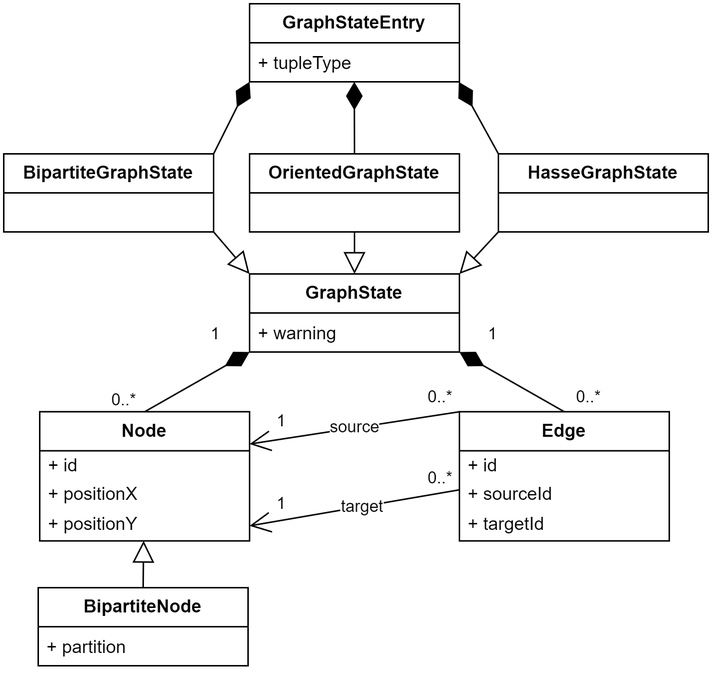
Before: source/images-optimized/graph-diagram.png, a diagram exported from draw.io (marcsek/bachelor_thesis). Source tidied: cells renumbered, new cells last; positions are measured from the earlier drawing's top-left corner, leaving out a move shared by most shapes. The source it was exported from:
```xml
<mxGraphModel>
  <root>
    <mxCell id="0" />
    <mxCell id="1" parent="0" />
    <mxCell id="2" value="&lt;b&gt;GraphStateEntry&lt;/b&gt;" style="swimlane;fontStyle=0;horizontal=1;startSize=26;fillColor=none;whiteSpace=wrap;html=1;" parent="1" vertex="1">
      <mxGeometry x="164" width="140" height="52" as="geometry" />
    </mxCell>
    <mxCell id="3" value="+ tupleType" style="text;strokeColor=none;fillColor=none;align=left;verticalAlign=top;spacingLeft=4;spacingRight=4;overflow=hidden;points=[[0,0.5],[1,0.5]];portConstraint=eastwest;whiteSpace=wrap;html=1;" parent="2" vertex="1">
      <mxGeometry y="26" width="140" height="26" as="geometry" />
    </mxCell>
    <mxCell id="4" value="&lt;b&gt;GraphState&lt;/b&gt;" style="swimlane;fontStyle=0;horizontal=1;startSize=26;fillColor=none;whiteSpace=wrap;html=1;" parent="1" vertex="1">
      <mxGeometry x="164" y="180" width="140" height="52" as="geometry" />
    </mxCell>
    <mxCell id="5" value="+ warning" style="text;strokeColor=none;fillColor=none;align=left;verticalAlign=top;spacingLeft=4;spacingRight=4;overflow=hidden;whiteSpace=wrap;html=1;" parent="4" vertex="1">
      <mxGeometry y="26" width="140" height="26" as="geometry" />
    </mxCell>
    <mxCell id="6" value="&lt;b&gt;Node&lt;/b&gt;" style="swimlane;fontStyle=0;horizontal=1;startSize=26;fillColor=none;whiteSpace=wrap;html=1;" parent="1" vertex="1">
      <mxGeometry x="24" y="271.8" width="140" height="86" as="geometry" />
    </mxCell>
    <mxCell id="7" value="+ id" style="text;strokeColor=none;fillColor=none;align=left;verticalAlign=top;spacingLeft=4;spacingRight=4;overflow=hidden;whiteSpace=wrap;html=1;spacingTop=-4;" parent="6" vertex="1">
      <mxGeometry y="26" width="140" height="20" as="geometry" />
    </mxCell>
    <mxCell id="8" value="+ positionX" style="text;strokeColor=none;fillColor=none;align=left;verticalAlign=top;spacingLeft=4;spacingRight=4;overflow=hidden;whiteSpace=wrap;html=1;spacingTop=-5;" parent="6" vertex="1">
      <mxGeometry y="46" width="140" height="20" as="geometry" />
    </mxCell>
    <mxCell id="9" value="+ positionY" style="text;strokeColor=none;fillColor=none;align=left;verticalAlign=top;spacingLeft=4;spacingRight=4;overflow=hidden;points=[[0,0.5],[1,0.5]];portConstraint=eastwest;whiteSpace=wrap;html=1;spacingTop=-5;" parent="6" vertex="1">
      <mxGeometry y="66" width="140" height="20" as="geometry" />
    </mxCell>
    <mxCell id="10" value="&lt;b&gt;Edge&lt;/b&gt;" style="swimlane;fontStyle=0;horizontal=1;startSize=26;fillColor=none;whiteSpace=wrap;html=1;" parent="1" vertex="1">
      <mxGeometry x="304" y="271.8" width="140" height="86" as="geometry" />
    </mxCell>
    <mxCell id="11" value="+ id" style="text;strokeColor=none;fillColor=none;align=left;verticalAlign=top;spacingLeft=4;spacingRight=4;overflow=hidden;whiteSpace=wrap;html=1;spacingTop=-4;" parent="10" vertex="1">
      <mxGeometry y="26" width="140" height="20" as="geometry" />
    </mxCell>
    <mxCell id="12" value="+ sourceId" style="text;strokeColor=none;fillColor=none;align=left;verticalAlign=top;spacingLeft=4;spacingRight=4;overflow=hidden;whiteSpace=wrap;html=1;spacing=2;spacingTop=-5;" parent="10" vertex="1">
      <mxGeometry y="46" width="140" height="20" as="geometry" />
    </mxCell>
    <mxCell id="13" value="+ targetId" style="text;strokeColor=none;fillColor=none;align=left;verticalAlign=top;spacingLeft=4;spacingRight=4;overflow=hidden;whiteSpace=wrap;html=1;spacingTop=-5;" parent="10" vertex="1">
      <mxGeometry y="66" width="140" height="20" as="geometry" />
    </mxCell>
    <mxCell id="14" value="&lt;b&gt;BipartiteNode&lt;/b&gt;" style="swimlane;fontStyle=0;horizontal=1;startSize=26;fillColor=none;whiteSpace=wrap;html=1;" parent="1" vertex="1">
      <mxGeometry x="23" y="389" width="140" height="52" as="geometry" />
    </mxCell>
    <mxCell id="15" value="+ partition" style="text;strokeColor=none;fillColor=none;align=left;verticalAlign=top;spacingLeft=4;spacingRight=4;overflow=hidden;whiteSpace=wrap;html=1;" parent="14" vertex="1">
      <mxGeometry y="26" width="140" height="26" as="geometry" />
    </mxCell>
    <mxCell id="16" style="endArrow=block;endSize=12;endFill=0;html=1;rounded=0;entryX=0.495;entryY=0.998;entryDx=0;entryDy=0;exitX=0.5;exitY=0;exitDx=0;exitDy=0;entryPerimeter=0;" parent="1" edge="1" source="14" target="9">
      <mxGeometry relative="1" as="geometry" />
    </mxCell>
    <mxCell id="17" style="endArrow=diamondThin;endSize=16;endFill=1;html=1;rounded=0;exitX=0.5;exitY=0;exitDx=0;exitDy=0;entryX=0;entryY=1;entryDx=0;entryDy=0;" parent="1" edge="1" source="6" target="4">
      <mxGeometry relative="1" as="geometry" />
    </mxCell>
    <mxCell id="18" value="0..*" style="edgeLabel;html=1;align=center;verticalAlign=middle;" parent="17" vertex="1">
      <mxGeometry x="-0.82" y="1" relative="1" as="geometry">
        <mxPoint x="-20" y="-4" as="offset" />
      </mxGeometry>
    </mxCell>
    <mxCell id="19" style="endArrow=diamondThin;endSize=16;endFill=1;html=1;rounded=0;exitX=0.5;exitY=0;exitDx=0;exitDy=0;entryX=1;entryY=1;entryDx=0;entryDy=0;" parent="1" edge="1" source="10" target="4">
      <mxGeometry relative="1" as="geometry" />
    </mxCell>
    <mxCell id="20" value="&lt;b&gt;BipartiteGraphState&lt;/b&gt;" style="swimlane;fontStyle=0;horizontal=1;startSize=26;fillColor=none;whiteSpace=wrap;html=1;" parent="1" vertex="1">
      <mxGeometry y="100" width="140" height="52" as="geometry" />
    </mxCell>
    <mxCell id="21" style="endArrow=diamondThin;endFill=1;endSize=16;html=1;rounded=0;exitX=1;exitY=0;exitDx=0;exitDy=0;entryX=0;entryY=1;entryDx=0;entryDy=0;" parent="1" edge="1" source="20" target="2">
      <mxGeometry relative="1" as="geometry" />
    </mxCell>
    <mxCell id="22" value="&lt;b&gt;OrientedGraphState&lt;/b&gt;" style="swimlane;fontStyle=0;horizontal=1;startSize=26;fillColor=none;whiteSpace=wrap;html=1;" parent="1" vertex="1">
      <mxGeometry x="164" y="100" width="140" height="52" as="geometry" />
    </mxCell>
    <mxCell id="23" style="endArrow=diamondThin;endFill=1;endSize=16;html=1;rounded=0;exitX=0.5;exitY=0;exitDx=0;exitDy=0;entryX=0.499;entryY=1;entryDx=0;entryDy=0;entryPerimeter=0;" parent="1" edge="1" source="22" target="3">
      <mxGeometry relative="1" as="geometry" />
    </mxCell>
    <mxCell id="24" value="&lt;b&gt;HasseGraphState&lt;/b&gt;" style="swimlane;fontStyle=0;horizontal=1;startSize=26;fillColor=none;whiteSpace=wrap;html=1;" parent="1" vertex="1">
      <mxGeometry x="330" y="100" width="140" height="52" as="geometry" />
    </mxCell>
    <mxCell id="25" style="endArrow=diamondThin;endFill=1;endSize=16;html=1;rounded=0;exitX=0;exitY=0;exitDx=0;exitDy=0;entryX=0.997;entryY=1.003;entryDx=0;entryDy=0;entryPerimeter=0;" parent="1" edge="1" source="24" target="3">
      <mxGeometry relative="1" as="geometry" />
    </mxCell>
    <mxCell id="26" style="endArrow=block;endFill=0;endSize=12;html=1;rounded=0;exitX=1;exitY=1;exitDx=0;exitDy=0;entryX=0;entryY=0;entryDx=0;entryDy=0;" parent="1" edge="1" source="20" target="4">
      <mxGeometry relative="1" as="geometry" />
    </mxCell>
    <mxCell id="27" style="endArrow=block;endFill=0;endSize=12;html=1;rounded=0;exitX=0.5;exitY=1;exitDx=0;exitDy=0;entryX=0.5;entryY=0;entryDx=0;entryDy=0;" parent="1" edge="1" source="22" target="4">
      <mxGeometry relative="1" as="geometry" />
    </mxCell>
    <mxCell id="28" style="endArrow=block;endFill=0;endSize=12;html=1;rounded=0;exitX=0;exitY=1;exitDx=0;exitDy=0;entryX=1;entryY=0;entryDx=0;entryDy=0;" parent="1" edge="1" source="24" target="4">
      <mxGeometry relative="1" as="geometry" />
    </mxCell>
    <mxCell id="29" value="1" style="edgeLabel;html=1;align=center;verticalAlign=middle;" parent="1" vertex="1">
      <mxGeometry x="80" y="271.8" as="geometry">
        <mxPoint x="61" y="-52" as="offset" />
      </mxGeometry>
    </mxCell>
    <mxCell id="30" value="1" style="edgeLabel;html=1;align=center;verticalAlign=middle;" parent="1" vertex="1">
      <mxGeometry x="265" y="271.8" as="geometry">
        <mxPoint x="61" y="-52" as="offset" />
      </mxGeometry>
    </mxCell>
    <mxCell id="31" value="0..*" style="edgeLabel;html=1;align=center;verticalAlign=middle;" parent="1" vertex="1">
      <mxGeometry x="390" y="261.8" as="geometry" />
    </mxCell>
    <mxCell id="32" style="endArrow=open;endFill=1;endSize=12;html=1;rounded=0;exitX=0;exitY=0;exitDx=0;exitDy=0;entryX=1;entryY=0.25;entryDx=0;entryDy=0;" parent="1" edge="1" source="10" target="6">
      <mxGeometry relative="1" as="geometry" />
    </mxCell>
    <mxCell id="33" value="source" style="edgeLabel;html=1;align=center;verticalAlign=middle;" parent="32" vertex="1">
      <mxGeometry x="0.01" y="-1" relative="1" as="geometry">
        <mxPoint x="1" as="offset" />
      </mxGeometry>
    </mxCell>
    <mxCell id="34" style="endArrow=open;endFill=1;endSize=12;html=1;rounded=0;exitX=0;exitY=0;exitDx=0;exitDy=0;entryX=1;entryY=0.5;entryDx=0;entryDy=0;" parent="1" edge="1" target="9">
      <mxGeometry relative="1" as="geometry">
        <mxPoint x="304" y="323.8" as="sourcePoint" />
      </mxGeometry>
    </mxCell>
    <mxCell id="35" value="0..*" style="edgeLabel;html=1;align=center;verticalAlign=middle;" parent="1" vertex="1">
      <mxGeometry x="140" y="271.8" as="geometry">
        <mxPoint x="151" y="-10" as="offset" />
      </mxGeometry>
    </mxCell>
    <mxCell id="36" value="0..*" style="edgeLabel;html=1;align=center;verticalAlign=middle;" parent="1" vertex="1">
      <mxGeometry x="140" y="326" as="geometry">
        <mxPoint x="151" y="-10" as="offset" />
      </mxGeometry>
    </mxCell>
    <mxCell id="37" value="1" style="edgeLabel;html=1;align=center;verticalAlign=middle;" parent="1" vertex="1">
      <mxGeometry x="124" y="330" as="geometry">
        <mxPoint x="61" y="-52" as="offset" />
      </mxGeometry>
    </mxCell>
    <mxCell id="38" value="1" style="edgeLabel;html=1;align=center;verticalAlign=middle;" parent="1" vertex="1">
      <mxGeometry x="124" y="385" as="geometry">
        <mxPoint x="61" y="-52" as="offset" />
      </mxGeometry>
    </mxCell>
    <mxCell id="39" value="target" style="edgeLabel;html=1;align=center;verticalAlign=middle;" parent="1" vertex="1">
      <mxGeometry x="242" y="338" as="geometry">
        <mxPoint x="-3" y="-3" as="offset" />
      </mxGeometry>
    </mxCell>
  </root>
</mxGraphModel>
```
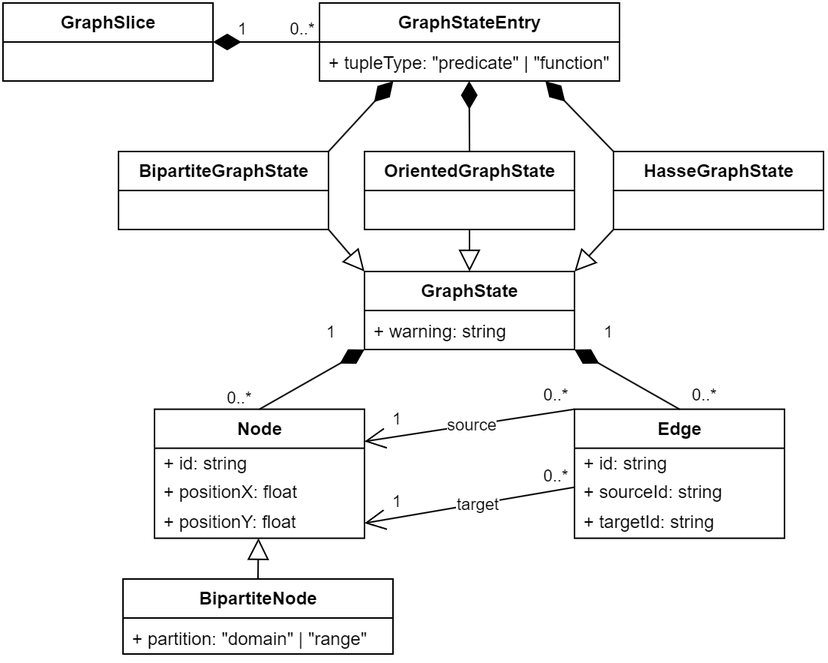
After the change.

Change to the diagram source:
```diff
@@ -3,46 +3,46 @@
     <mxCell id="0" />
     <mxCell id="1" parent="0" />
     <mxCell id="2" value="&lt;b&gt;GraphStateEntry&lt;/b&gt;" style="swimlane;fontStyle=0;horizontal=1;startSize=26;fillColor=none;whiteSpace=wrap;html=1;" parent="1" vertex="1">
-      <mxGeometry x="164" width="140" height="52" as="geometry" />
+      <mxGeometry x="134" y="1" width="200" height="52" as="geometry" />
     </mxCell>
-    <mxCell id="3" value="+ tupleType" style="text;strokeColor=none;fillColor=none;align=left;verticalAlign=top;spacingLeft=4;spacingRight=4;overflow=hidden;points=[[0,0.5],[1,0.5]];portConstraint=eastwest;whiteSpace=wrap;html=1;" parent="2" vertex="1">
-      <mxGeometry y="26" width="140" height="26" as="geometry" />
+    <mxCell id="3" value="+ tupleType: &quot;predicate&quot; | &quot;function&quot;" style="text;strokeColor=none;fillColor=none;align=left;verticalAlign=top;spacingLeft=4;spacingRight=4;overflow=hidden;points=[[0,0.5],[1,0.5]];portConstraint=eastwest;whiteSpace=wrap;html=1;" parent="2" vertex="1">
+      <mxGeometry y="26" width="200" height="26" as="geometry" />
     </mxCell>
     <mxCell id="4" value="&lt;b&gt;GraphState&lt;/b&gt;" style="swimlane;fontStyle=0;horizontal=1;startSize=26;fillColor=none;whiteSpace=wrap;html=1;" parent="1" vertex="1">
       <mxGeometry x="164" y="180" width="140" height="52" as="geometry" />
     </mxCell>
-    <mxCell id="5" value="+ warning" style="text;strokeColor=none;fillColor=none;align=left;verticalAlign=top;spacingLeft=4;spacingRight=4;overflow=hidden;whiteSpace=wrap;html=1;" parent="4" vertex="1">
+    <mxCell id="5" value="+ warning: string" style="text;strokeColor=none;fillColor=none;align=left;verticalAlign=top;spacingLeft=4;spacingRight=4;overflow=hidden;whiteSpace=wrap;html=1;" parent="4" vertex="1">
       <mxGeometry y="26" width="140" height="26" as="geometry" />
     </mxCell>
     <mxCell id="6" value="&lt;b&gt;Node&lt;/b&gt;" style="swimlane;fontStyle=0;horizontal=1;startSize=26;fillColor=none;whiteSpace=wrap;html=1;" parent="1" vertex="1">
       <mxGeometry x="24" y="271.8" width="140" height="86" as="geometry" />
     </mxCell>
-    <mxCell id="7" value="+ id" style="text;strokeColor=none;fillColor=none;align=left;verticalAlign=top;spacingLeft=4;spacingRight=4;overflow=hidden;whiteSpace=wrap;html=1;spacingTop=-4;" parent="6" vertex="1">
+    <mxCell id="7" value="+ id: string" style="text;strokeColor=none;fillColor=none;align=left;verticalAlign=top;spacingLeft=4;spacingRight=4;overflow=hidden;whiteSpace=wrap;html=1;spacingTop=-4;" parent="6" vertex="1">
       <mxGeometry y="26" width="140" height="20" as="geometry" />
     </mxCell>
-    <mxCell id="8" value="+ positionX" style="text;strokeColor=none;fillColor=none;align=left;verticalAlign=top;spacingLeft=4;spacingRight=4;overflow=hidden;whiteSpace=wrap;html=1;spacingTop=-5;" parent="6" vertex="1">
+    <mxCell id="8" value="+ positionX: float" style="text;strokeColor=none;fillColor=none;align=left;verticalAlign=top;spacingLeft=4;spacingRight=4;overflow=hidden;whiteSpace=wrap;html=1;spacingTop=-5;" parent="6" vertex="1">
       <mxGeometry y="46" width="140" height="20" as="geometry" />
     </mxCell>
-    <mxCell id="9" value="+ positionY" style="text;strokeColor=none;fillColor=none;align=left;verticalAlign=top;spacingLeft=4;spacingRight=4;overflow=hidden;points=[[0,0.5],[1,0.5]];portConstraint=eastwest;whiteSpace=wrap;html=1;spacingTop=-5;" parent="6" vertex="1">
+    <mxCell id="9" value="+ positionY: float" style="text;strokeColor=none;fillColor=none;align=left;verticalAlign=top;spacingLeft=4;spacingRight=4;overflow=hidden;points=[[0,0.5],[1,0.5]];portConstraint=eastwest;whiteSpace=wrap;html=1;spacingTop=-5;" parent="6" vertex="1">
       <mxGeometry y="66" width="140" height="20" as="geometry" />
     </mxCell>
     <mxCell id="10" value="&lt;b&gt;Edge&lt;/b&gt;" style="swimlane;fontStyle=0;horizontal=1;startSize=26;fillColor=none;whiteSpace=wrap;html=1;" parent="1" vertex="1">
       <mxGeometry x="304" y="271.8" width="140" height="86" as="geometry" />
     </mxCell>
-    <mxCell id="11" value="+ id" style="text;strokeColor=none;fillColor=none;align=left;verticalAlign=top;spacingLeft=4;spacingRight=4;overflow=hidden;whiteSpace=wrap;html=1;spacingTop=-4;" parent="10" vertex="1">
+    <mxCell id="11" value="+ id: string" style="text;strokeColor=none;fillColor=none;align=left;verticalAlign=top;spacingLeft=4;spacingRight=4;overflow=hidden;whiteSpace=wrap;html=1;spacingTop=-4;" parent="10" vertex="1">
       <mxGeometry y="26" width="140" height="20" as="geometry" />
     </mxCell>
-    <mxCell id="12" value="+ sourceId" style="text;strokeColor=none;fillColor=none;align=left;verticalAlign=top;spacingLeft=4;spacingRight=4;overflow=hidden;whiteSpace=wrap;html=1;spacing=2;spacingTop=-5;" parent="10" vertex="1">
+    <mxCell id="12" value="+ sourceId: string" style="text;strokeColor=none;fillColor=none;align=left;verticalAlign=top;spacingLeft=4;spacingRight=4;overflow=hidden;whiteSpace=wrap;html=1;spacing=2;spacingTop=-5;" parent="10" vertex="1">
       <mxGeometry y="46" width="140" height="20" as="geometry" />
     </mxCell>
-    <mxCell id="13" value="+ targetId" style="text;strokeColor=none;fillColor=none;align=left;verticalAlign=top;spacingLeft=4;spacingRight=4;overflow=hidden;whiteSpace=wrap;html=1;spacingTop=-5;" parent="10" vertex="1">
+    <mxCell id="13" value="+ targetId: string" style="text;strokeColor=none;fillColor=none;align=left;verticalAlign=top;spacingLeft=4;spacingRight=4;overflow=hidden;whiteSpace=wrap;html=1;spacingTop=-5;" parent="10" vertex="1">
       <mxGeometry y="66" width="140" height="20" as="geometry" />
     </mxCell>
     <mxCell id="14" value="&lt;b&gt;BipartiteNode&lt;/b&gt;" style="swimlane;fontStyle=0;horizontal=1;startSize=26;fillColor=none;whiteSpace=wrap;html=1;" parent="1" vertex="1">
-      <mxGeometry x="23" y="389" width="140" height="52" as="geometry" />
+      <mxGeometry x="3" y="385" width="180" height="50" as="geometry" />
     </mxCell>
-    <mxCell id="15" value="+ partition" style="text;strokeColor=none;fillColor=none;align=left;verticalAlign=top;spacingLeft=4;spacingRight=4;overflow=hidden;whiteSpace=wrap;html=1;" parent="14" vertex="1">
-      <mxGeometry y="26" width="140" height="26" as="geometry" />
+    <mxCell id="15" value="+ partition: &quot;domain&quot; | &quot;range&quot;" style="text;strokeColor=none;fillColor=none;align=left;verticalAlign=top;spacingLeft=4;spacingRight=4;overflow=hidden;whiteSpace=wrap;html=1;" parent="14" vertex="1">
+      <mxGeometry y="26" width="180" height="24" as="geometry" />
     </mxCell>
     <mxCell id="16" style="endArrow=block;endSize=12;endFill=0;html=1;rounded=0;entryX=0.495;entryY=0.998;entryDx=0;entryDy=0;exitX=0.5;exitY=0;exitDx=0;exitDy=0;entryPerimeter=0;" parent="1" edge="1" source="14" target="9">
       <mxGeometry relative="1" as="geometry" />
@@ -61,7 +61,7 @@
     <mxCell id="20" value="&lt;b&gt;BipartiteGraphState&lt;/b&gt;" style="swimlane;fontStyle=0;horizontal=1;startSize=26;fillColor=none;whiteSpace=wrap;html=1;" parent="1" vertex="1">
       <mxGeometry y="100" width="140" height="52" as="geometry" />
     </mxCell>
-    <mxCell id="21" style="endArrow=diamondThin;endFill=1;endSize=16;html=1;rounded=0;exitX=1;exitY=0;exitDx=0;exitDy=0;entryX=0;entryY=1;entryDx=0;entryDy=0;" parent="1" edge="1" source="20" target="2">
+    <mxCell id="21" style="endArrow=diamondThin;endFill=1;endSize=16;html=1;rounded=0;exitX=1;exitY=0;exitDx=0;exitDy=0;entryX=0.246;entryY=1.004;entryDx=0;entryDy=0;entryPerimeter=0;" parent="1" edge="1" source="20" target="3">
       <mxGeometry relative="1" as="geometry" />
     </mxCell>
     <mxCell id="22" value="&lt;b&gt;OrientedGraphState&lt;/b&gt;" style="swimlane;fontStyle=0;horizontal=1;startSize=26;fillColor=none;whiteSpace=wrap;html=1;" parent="1" vertex="1">
@@ -73,7 +73,7 @@
     <mxCell id="24" value="&lt;b&gt;HasseGraphState&lt;/b&gt;" style="swimlane;fontStyle=0;horizontal=1;startSize=26;fillColor=none;whiteSpace=wrap;html=1;" parent="1" vertex="1">
       <mxGeometry x="330" y="100" width="140" height="52" as="geometry" />
     </mxCell>
-    <mxCell id="25" style="endArrow=diamondThin;endFill=1;endSize=16;html=1;rounded=0;exitX=0;exitY=0;exitDx=0;exitDy=0;entryX=0.997;entryY=1.003;entryDx=0;entryDy=0;entryPerimeter=0;" parent="1" edge="1" source="24" target="3">
+    <mxCell id="25" style="endArrow=diamondThin;endFill=1;endSize=16;html=1;rounded=0;exitX=0;exitY=0;exitDx=0;exitDy=0;entryX=0.753;entryY=1.004;entryDx=0;entryDy=0;entryPerimeter=0;" parent="1" edge="1" source="24" target="3">
       <mxGeometry relative="1" as="geometry" />
     </mxCell>
     <mxCell id="26" style="endArrow=block;endFill=0;endSize=12;html=1;rounded=0;exitX=1;exitY=1;exitDx=0;exitDy=0;entryX=0;entryY=0;entryDx=0;entryDy=0;" parent="1" edge="1" source="20" target="4">
@@ -136,5 +136,21 @@
         <mxPoint x="-3" y="-3" as="offset" />
       </mxGeometry>
     </mxCell>
+    <mxCell id="40" value="&lt;b&gt;GraphSlice&lt;/b&gt;" style="swimlane;fontStyle=0;horizontal=1;startSize=26;fillColor=none;whiteSpace=wrap;html=1;" parent="1" vertex="1">
+      <mxGeometry x="-77" y="1" width="140" height="52" as="geometry" />
+    </mxCell>
+    <mxCell id="41" style="endArrow=diamondThin;endFill=1;endSize=16;html=1;rounded=0;exitX=0;exitY=0.5;exitDx=0;exitDy=0;entryX=1;entryY=0.5;entryDx=0;entryDy=0;" parent="1" edge="1" source="2" target="40">
+      <mxGeometry relative="1" as="geometry" />
+    </mxCell>
+    <mxCell id="42" value="0..*" style="edgeLabel;html=1;align=center;verticalAlign=middle;" parent="1" vertex="1">
+      <mxGeometry x="102" y="80" as="geometry">
+        <mxPoint x="20" y="-62" as="offset" />
+      </mxGeometry>
+    </mxCell>
+    <mxCell id="43" value="1" style="edgeLabel;html=1;align=center;verticalAlign=middle;" parent="1" vertex="1">
+      <mxGeometry x="62" y="80" as="geometry">
+        <mxPoint x="20" y="-62" as="offset" />
+      </mxGeometry>
+    </mxCell>
   </root>
 </mxGraphModel>
```
